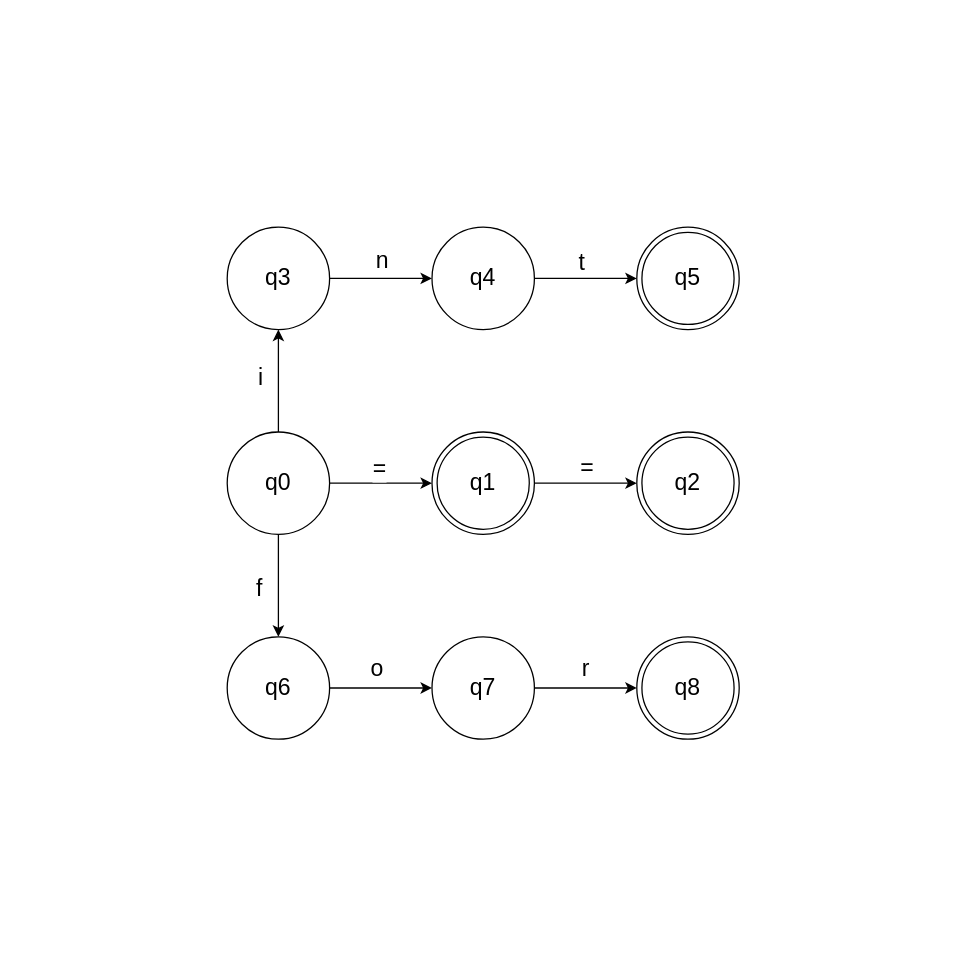
Before: resources/book/DFA Example.drawio in EthanChartoff/Quest, a draw.io diagram. Source tidied: cells renumbered, new cells numbered last; positions are measured from the earlier drawing's top-left corner, leaving out a move shared by most shapes. Both pictures are drawn from the tidied source at 128%, with x=0, y=0 at pixel (227, 227).
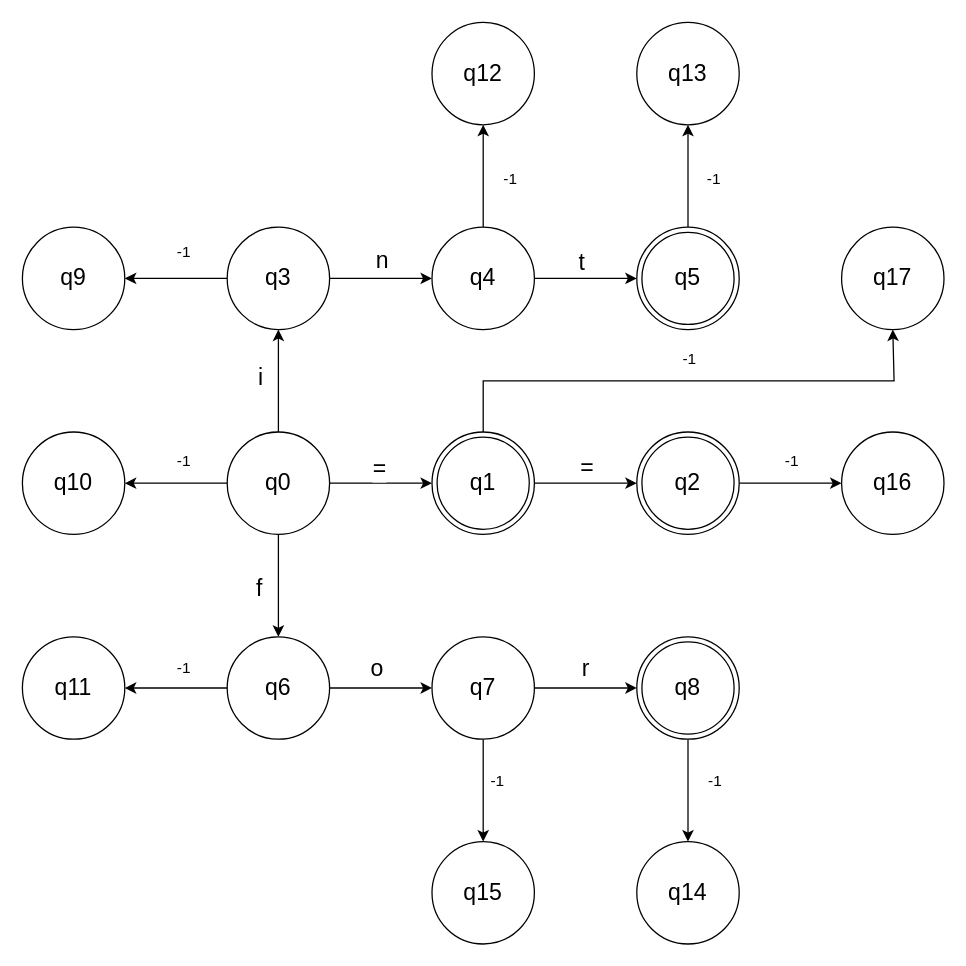
The same page after the edit.

Unchanged cells that the change refers to:
```xml
<mxCell id="7" value="q0" style="ellipse;whiteSpace=wrap;html=1;fontSize=18;" parent="1" vertex="1">
  <mxGeometry y="160" width="80" height="80" as="geometry" />
</mxCell>
<mxCell id="9" value="q6" style="ellipse;whiteSpace=wrap;html=1;fontSize=18;" parent="1" vertex="1">
  <mxGeometry y="320" width="80" height="80" as="geometry" />
</mxCell>
<mxCell id="11" value="q3" style="ellipse;whiteSpace=wrap;html=1;fontSize=18;" parent="1" vertex="1">
  <mxGeometry width="80" height="80" as="geometry" />
</mxCell>
<mxCell id="14" value="q1" style="ellipse;shape=doubleEllipse;whiteSpace=wrap;html=1;fontSize=18;" parent="1" vertex="1">
  <mxGeometry x="160" y="160" width="80" height="80" as="geometry" />
</mxCell>
<mxCell id="15" value="q2" style="ellipse;shape=doubleEllipse;whiteSpace=wrap;html=1;fontSize=18;" parent="1" vertex="1">
  <mxGeometry x="320" y="160" width="80" height="80" as="geometry" />
</mxCell>
<mxCell id="17" value="q4" style="ellipse;whiteSpace=wrap;html=1;fontSize=18;" parent="1" vertex="1">
  <mxGeometry x="160" width="80" height="80" as="geometry" />
</mxCell>
<mxCell id="18" value="q5" style="ellipse;shape=doubleEllipse;whiteSpace=wrap;html=1;fontSize=18;" parent="1" vertex="1">
  <mxGeometry x="320" width="80" height="80" as="geometry" />
</mxCell>
<mxCell id="24" value="q7" style="ellipse;whiteSpace=wrap;html=1;fontSize=18;" parent="1" vertex="1">
  <mxGeometry x="160" y="320" width="80" height="80" as="geometry" />
</mxCell>
<mxCell id="26" value="q8" style="ellipse;shape=doubleEllipse;whiteSpace=wrap;html=1;fontSize=18;" parent="1" vertex="1">
  <mxGeometry x="320" y="320" width="80" height="80" as="geometry" />
</mxCell>
```

What changed in the source:
```diff
@@
+    <mxCell id="27" style="edgeStyle=orthogonalEdgeStyle;rounded=0;jettySize=auto;html=1;" parent="1" edge="1" source="7" target="38">
+      <mxGeometry relative="1" as="geometry" />
+    </mxCell>
@@
+    <mxCell id="28" style="edgeStyle=orthogonalEdgeStyle;rounded=0;jettySize=auto;html=1;" parent="1" edge="1" source="9" target="40">
+      <mxGeometry relative="1" as="geometry" />
+    </mxCell>
@@
+    <mxCell id="29" style="edgeStyle=orthogonalEdgeStyle;rounded=0;jettySize=auto;html=1;" parent="1" edge="1" source="11" target="36">
+      <mxGeometry relative="1" as="geometry" />
+    </mxCell>
@@
+    <mxCell id="30" style="edgeStyle=orthogonalEdgeStyle;rounded=0;jettySize=auto;html=1;" parent="1" edge="1" source="14">
+      <mxGeometry relative="1" as="geometry">
+        <mxPoint x="520" y="80" as="targetPoint" />
+        <Array as="points">
+          <mxPoint x="200" y="120" />
+          <mxPoint x="521" y="120" />
+        </Array>
+      </mxGeometry>
+    </mxCell>
@@
+    <mxCell id="31" style="edgeStyle=orthogonalEdgeStyle;rounded=0;jettySize=auto;html=1;" parent="1" edge="1" source="15" target="50">
+      <mxGeometry relative="1" as="geometry" />
+    </mxCell>
@@
+    <mxCell id="32" style="edgeStyle=orthogonalEdgeStyle;rounded=0;jettySize=auto;html=1;" parent="1" edge="1" source="17" target="42">
+      <mxGeometry relative="1" as="geometry" />
+    </mxCell>
@@
+    <mxCell id="33" style="edgeStyle=orthogonalEdgeStyle;rounded=0;jettySize=auto;html=1;" parent="1" edge="1" source="18" target="44">
+      <mxGeometry relative="1" as="geometry" />
+    </mxCell>
@@
+    <mxCell id="34" style="edgeStyle=orthogonalEdgeStyle;rounded=0;jettySize=auto;html=1;" parent="1" edge="1" source="24" target="47">
+      <mxGeometry relative="1" as="geometry" />
+    </mxCell>
@@
+    <mxCell id="35" style="edgeStyle=orthogonalEdgeStyle;rounded=0;jettySize=auto;html=1;" parent="1" edge="1" source="26" target="46">
+      <mxGeometry relative="1" as="geometry" />
+    </mxCell>
@@
+    <mxCell id="36" value="q9" style="ellipse;whiteSpace=wrap;html=1;fontSize=18;" parent="1" vertex="1">
+      <mxGeometry x="-160" width="80" height="80" as="geometry" />
+    </mxCell>
+    <mxCell id="37" value="-1" style="text;html=1;align=center;verticalAlign=middle;strokeColor=none;fillColor=none;" parent="1" vertex="1">
+      <mxGeometry x="-49" y="5" width="30" height="30" as="geometry" />
+    </mxCell>
+    <mxCell id="38" value="q10" style="ellipse;whiteSpace=wrap;html=1;fontSize=18;" parent="1" vertex="1">
+      <mxGeometry x="-160" y="160" width="80" height="80" as="geometry" />
+    </mxCell>
+    <mxCell id="39" value="-1" style="text;html=1;align=center;verticalAlign=middle;strokeColor=none;fillColor=none;" parent="1" vertex="1">
+      <mxGeometry x="-49" y="168" width="30" height="30" as="geometry" />
+    </mxCell>
+    <mxCell id="40" value="q11" style="ellipse;whiteSpace=wrap;html=1;fontSize=18;" parent="1" vertex="1">
+      <mxGeometry x="-160" y="320" width="80" height="80" as="geometry" />
+    </mxCell>
+    <mxCell id="41" value="-1" style="text;html=1;align=center;verticalAlign=middle;strokeColor=none;fillColor=none;" parent="1" vertex="1">
+      <mxGeometry x="-49" y="330" width="30" height="30" as="geometry" />
+    </mxCell>
+    <mxCell id="42" value="q12" style="ellipse;whiteSpace=wrap;html=1;fontSize=18;" parent="1" vertex="1">
+      <mxGeometry x="160" y="-160" width="80" height="80" as="geometry" />
+    </mxCell>
+    <mxCell id="43" value="-1" style="text;html=1;align=center;verticalAlign=middle;strokeColor=none;fillColor=none;" parent="1" vertex="1">
+      <mxGeometry x="206" y="-52" width="30" height="30" as="geometry" />
+    </mxCell>
+    <mxCell id="44" value="q13" style="ellipse;whiteSpace=wrap;html=1;fontSize=18;" parent="1" vertex="1">
+      <mxGeometry x="320" y="-160" width="80" height="80" as="geometry" />
+    </mxCell>
+    <mxCell id="45" value="-1" style="text;html=1;align=center;verticalAlign=middle;strokeColor=none;fillColor=none;" parent="1" vertex="1">
+      <mxGeometry x="365" y="-52" width="30" height="30" as="geometry" />
+    </mxCell>
+    <mxCell id="46" value="q14" style="ellipse;whiteSpace=wrap;html=1;fontSize=18;" parent="1" vertex="1">
+      <mxGeometry x="320" y="480" width="80" height="80" as="geometry" />
+    </mxCell>
+    <mxCell id="47" value="q15" style="ellipse;whiteSpace=wrap;html=1;fontSize=18;" parent="1" vertex="1">
+      <mxGeometry x="160" y="480" width="80" height="80" as="geometry" />
+    </mxCell>
+    <mxCell id="48" value="-1" style="text;html=1;align=center;verticalAlign=middle;strokeColor=none;fillColor=none;" parent="1" vertex="1">
+      <mxGeometry x="366" y="418" width="30" height="30" as="geometry" />
+    </mxCell>
+    <mxCell id="49" value="-1" style="text;html=1;align=center;verticalAlign=middle;strokeColor=none;fillColor=none;" parent="1" vertex="1">
+      <mxGeometry x="196" y="418" width="30" height="30" as="geometry" />
+    </mxCell>
+    <mxCell id="50" value="q16" style="ellipse;whiteSpace=wrap;html=1;fontSize=18;" parent="1" vertex="1">
+      <mxGeometry x="480" y="160" width="80" height="80" as="geometry" />
+    </mxCell>
+    <mxCell id="51" value="-1" style="text;html=1;align=center;verticalAlign=middle;strokeColor=none;fillColor=none;" parent="1" vertex="1">
+      <mxGeometry x="426" y="168" width="30" height="30" as="geometry" />
+    </mxCell>
+    <mxCell id="52" value="q17" style="ellipse;whiteSpace=wrap;html=1;fontSize=18;" parent="1" vertex="1">
+      <mxGeometry x="480" width="80" height="80" as="geometry" />
+    </mxCell>
+    <mxCell id="53" value="-1" style="text;html=1;align=center;verticalAlign=middle;strokeColor=none;fillColor=none;" parent="1" vertex="1">
+      <mxGeometry x="346" y="88" width="30" height="30" as="geometry" />
+    </mxCell>
```
